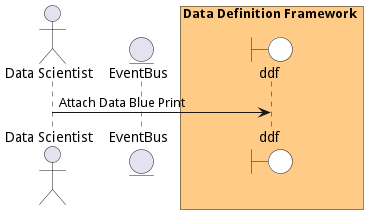
This is docs/edgemere/diml/ddf/usecases/managedataadaptors/AttachDataBluePrint.png from madajaju/edgemere, a PlantUML export, as it was before one commit.
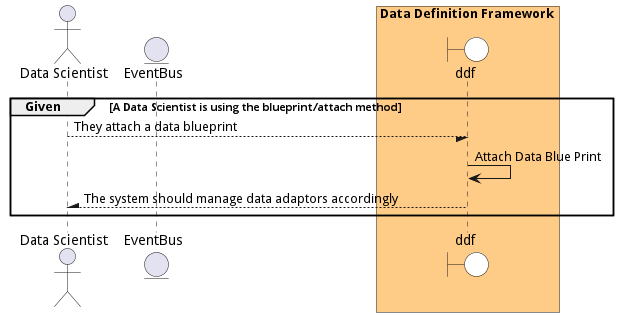
The same file after the commit.

Diff of the diagram source:
```diff
@@ -1,4 +1,5 @@
 @startuml
+
 
 actor "Data Scientist"
 
@@ -10,9 +11,16 @@
 end box
 
 
+group Given [A Data Scientist is using the blueprint/attach method]
 
-"Data Scientist" -> ddf: Attach Data Blue Print
+"Data Scientist" --/ ddf: They attach a data blueprint
+"ddf" -> ddf: Attach Data Blue Print
 
 
 
+"Data Scientist" /-- ddf: The system should manage data adaptors accordingly
+
+
+end
+
 @enduml
```
